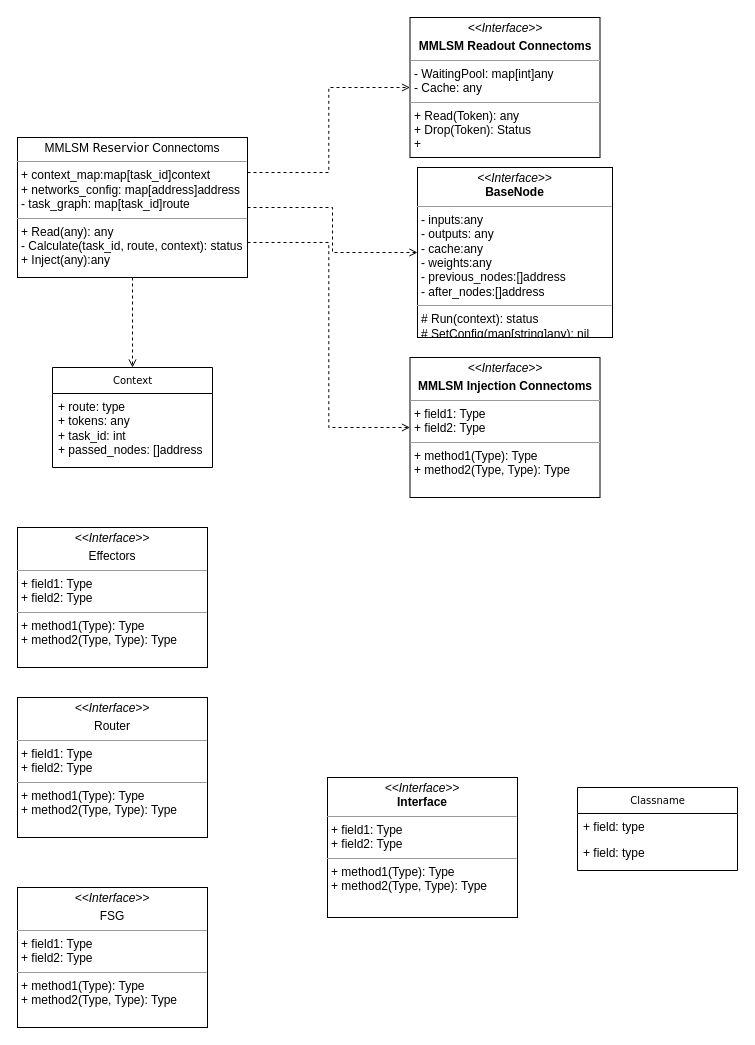
This is node_class.drawio from xiechuxi/Memorophila_computing, a draw.io file, before an edit. Source tidied: cells renumbered, new cells numbered last; positions are measured from the earlier drawing's top-left corner, leaving out a move shared by most shapes. Both pictures are drawn from the tidied source at 100%, with x=0, y=0 at pixel (17, 17).
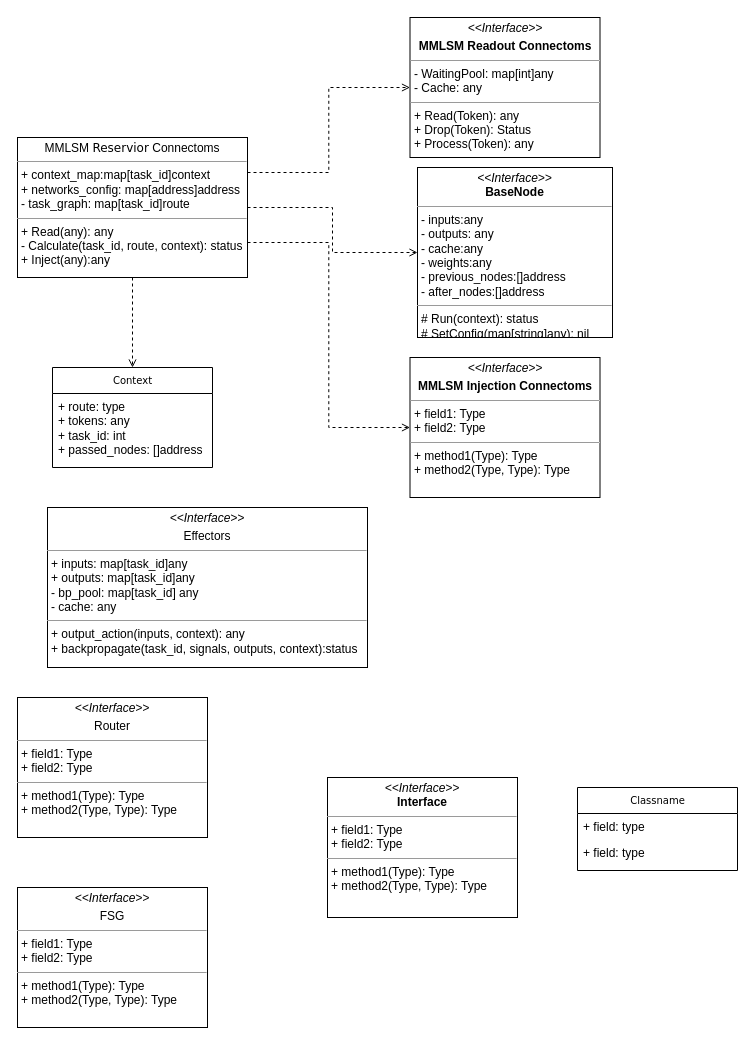
Above is the later version.

Change to the diagram source:
```diff
@@
 <mxGraphModel>
   <root>
     <mxCell id="0" />
     <mxCell id="1" parent="0" />
     <mxCell id="2" value="Classname" style="swimlane;html=1;fontStyle=0;horizontal=1;startSize=26;fillColor=none;swimlaneFillColor=#ffffff;rounded=0;shadow=0;comic=0;labelBackgroundColor=none;strokeWidth=1;fontFamily=Verdana;fontSize=10;align=center;" parent="1" vertex="1">
       <mxGeometry x="560" y="770" width="160" height="83" as="geometry" />
     </mxCell>
     <mxCell id="3" value="+ field: type" style="text;html=1;strokeColor=none;fillColor=none;align=left;verticalAlign=top;spacingLeft=4;spacingRight=4;whiteSpace=wrap;overflow=hidden;" parent="2" vertex="1">
       <mxGeometry y="26" width="160" height="26" as="geometry" />
     </mxCell>
     <mxCell id="4" value="+ field: type" style="text;html=1;strokeColor=none;fillColor=none;align=left;verticalAlign=top;spacingLeft=4;spacingRight=4;whiteSpace=wrap;overflow=hidden;" parent="2" vertex="1">
       <mxGeometry y="52" width="160" height="26" as="geometry" />
     </mxCell>
     <mxCell id="5" value="&lt;p style=&quot;margin:0px;margin-top:4px;text-align:center;&quot;&gt;&lt;i&gt;&amp;lt;&amp;lt;Interface&amp;gt;&amp;gt;&lt;/i&gt;&lt;br/&gt;&lt;b&gt;Interface&lt;/b&gt;&lt;/p&gt;&lt;hr size=&quot;1&quot;/&gt;&lt;p style=&quot;margin:0px;margin-left:4px;&quot;&gt;+ field1: Type&lt;br/&gt;+ field2: Type&lt;/p&gt;&lt;hr size=&quot;1&quot;/&gt;&lt;p style=&quot;margin:0px;margin-left:4px;&quot;&gt;+ method1(Type): Type&lt;br/&gt;+ method2(Type, Type): Type&lt;/p&gt;" style="verticalAlign=top;align=left;overflow=fill;fontSize=12;fontFamily=Helvetica;html=1;rounded=0;shadow=0;comic=0;labelBackgroundColor=none;strokeWidth=1;" parent="1" vertex="1">
       <mxGeometry x="310" y="760" width="190" height="140" as="geometry" />
     </mxCell>
     <mxCell id="6" value="&lt;p style=&quot;margin:0px;margin-top:4px;text-align:center;&quot;&gt;&lt;i&gt;&amp;lt;&amp;lt;Interface&amp;gt;&amp;gt;&lt;/i&gt;&lt;br&gt;&lt;b&gt;BaseNode&lt;/b&gt;&lt;/p&gt;&lt;hr size=&quot;1&quot;&gt;&lt;p style=&quot;margin:0px;margin-left:4px;&quot;&gt;- inputs:any&lt;br&gt;- outputs: any&lt;/p&gt;&lt;p style=&quot;margin:0px;margin-left:4px;&quot;&gt;- cache:any&lt;/p&gt;&lt;p style=&quot;margin:0px;margin-left:4px;&quot;&gt;- weights:any&lt;/p&gt;&lt;p style=&quot;margin:0px;margin-left:4px;&quot;&gt;- previous_nodes:[]address&lt;/p&gt;&lt;p style=&quot;margin:0px;margin-left:4px;&quot;&gt;- after_nodes:[]address&lt;/p&gt;&lt;hr size=&quot;1&quot;&gt;&lt;p style=&quot;margin:0px;margin-left:4px;&quot;&gt;# Run(context): status&lt;br&gt;# SetConfig(map[string]any): nil&lt;/p&gt;&lt;p style=&quot;margin:0px;margin-left:4px;&quot;&gt;# GetNodeInx(): address&lt;/p&gt;&lt;p style=&quot;margin:0px;margin-left:4px;&quot;&gt;&lt;br&gt;&lt;/p&gt;" style="verticalAlign=top;align=left;overflow=fill;fontSize=12;fontFamily=Helvetica;html=1;rounded=0;shadow=0;comic=0;labelBackgroundColor=none;strokeWidth=1;" parent="1" vertex="1">
       <mxGeometry x="400" y="150" width="195" height="170" as="geometry" />
     </mxCell>
-    <mxCell id="7" value="&lt;p style=&quot;margin:0px;margin-top:4px;text-align:center;&quot;&gt;&lt;i&gt;&amp;lt;&amp;lt;Interface&amp;gt;&amp;gt;&lt;/i&gt;&lt;br&gt;&lt;/p&gt;&lt;p style=&quot;margin:0px;margin-top:4px;text-align:center;&quot;&gt;&lt;b&gt;MMLSM Readout Connectoms&lt;/b&gt;&lt;/p&gt;&lt;hr size=&quot;1&quot;&gt;&lt;p style=&quot;margin:0px;margin-left:4px;&quot;&gt;- WaitingPool: map[int]any&lt;br&gt;- Cache: any&lt;/p&gt;&lt;hr size=&quot;1&quot;&gt;&lt;p style=&quot;margin:0px;margin-left:4px;&quot;&gt;+ Read(Token): any&lt;br&gt;+ Drop(Token): Status&lt;/p&gt;&lt;p style=&quot;margin:0px;margin-left:4px;&quot;&gt;+&amp;nbsp;&lt;/p&gt;" style="verticalAlign=top;align=left;overflow=fill;fontSize=12;fontFamily=Helvetica;html=1;rounded=0;shadow=0;comic=0;labelBackgroundColor=none;strokeWidth=1;" parent="1" vertex="1">
+    <mxCell id="7" value="&lt;p style=&quot;margin:0px;margin-top:4px;text-align:center;&quot;&gt;&lt;i&gt;&amp;lt;&amp;lt;Interface&amp;gt;&amp;gt;&lt;/i&gt;&lt;br&gt;&lt;/p&gt;&lt;p style=&quot;margin:0px;margin-top:4px;text-align:center;&quot;&gt;&lt;b&gt;MMLSM Readout Connectoms&lt;/b&gt;&lt;/p&gt;&lt;hr size=&quot;1&quot;&gt;&lt;p style=&quot;margin:0px;margin-left:4px;&quot;&gt;- WaitingPool: map[int]any&lt;br&gt;- Cache: any&lt;/p&gt;&lt;hr size=&quot;1&quot;&gt;&lt;p style=&quot;margin:0px;margin-left:4px;&quot;&gt;+ Read(Token): any&lt;br&gt;+ Drop(Token): Status&lt;/p&gt;&lt;p style=&quot;margin:0px;margin-left:4px;&quot;&gt;+ Process(Token): any&lt;/p&gt;" style="verticalAlign=top;align=left;overflow=fill;fontSize=12;fontFamily=Helvetica;html=1;rounded=0;shadow=0;comic=0;labelBackgroundColor=none;strokeWidth=1;" parent="1" vertex="1">
       <mxGeometry x="392.5" width="190" height="140" as="geometry" />
     </mxCell>
-    <mxCell id="8" value="&lt;p style=&quot;margin: 4px 0px 0px; text-align: center;&quot;&gt;&lt;i&gt;&amp;lt;&amp;lt;Interface&amp;gt;&amp;gt;&lt;/i&gt;&lt;br&gt;&lt;/p&gt;&lt;p style=&quot;margin: 4px 0px 0px; text-align: center;&quot;&gt;Effectors&lt;/p&gt;&lt;hr size=&quot;1&quot;&gt;&lt;p style=&quot;margin:0px;margin-left:4px;&quot;&gt;+ field1: Type&lt;br&gt;+ field2: Type&lt;/p&gt;&lt;hr size=&quot;1&quot;&gt;&lt;p style=&quot;margin:0px;margin-left:4px;&quot;&gt;+ method1(Type): Type&lt;br&gt;+ method2(Type, Type): Type&lt;/p&gt;" style="verticalAlign=top;align=left;overflow=fill;fontSize=12;fontFamily=Helvetica;html=1;rounded=0;shadow=0;comic=0;labelBackgroundColor=none;strokeWidth=1;" parent="1" vertex="1">
-      <mxGeometry y="510" width="190" height="140" as="geometry" />
+    <mxCell id="8" value="&lt;p style=&quot;margin: 4px 0px 0px; text-align: center;&quot;&gt;&lt;i&gt;&amp;lt;&amp;lt;Interface&amp;gt;&amp;gt;&lt;/i&gt;&lt;br&gt;&lt;/p&gt;&lt;p style=&quot;margin: 4px 0px 0px; text-align: center;&quot;&gt;Effectors&lt;/p&gt;&lt;hr size=&quot;1&quot;&gt;&lt;p style=&quot;margin:0px;margin-left:4px;&quot;&gt;+ inputs: map[task_id]any&lt;br&gt;&lt;/p&gt;&lt;p style=&quot;margin:0px;margin-left:4px;&quot;&gt;+ outputs: map[task_id]any&lt;/p&gt;&lt;p style=&quot;margin:0px;margin-left:4px;&quot;&gt;- bp_pool: map[task_id] any&lt;/p&gt;&lt;p style=&quot;margin:0px;margin-left:4px;&quot;&gt;- cache: any&lt;br&gt;&lt;/p&gt;&lt;hr size=&quot;1&quot;&gt;&lt;p style=&quot;margin:0px;margin-left:4px;&quot;&gt;+ output_action(inputs, context): any&lt;br&gt;+ backpropagate(task_id, signals, outputs, context):status&lt;/p&gt;" style="verticalAlign=top;align=left;overflow=fill;fontSize=12;fontFamily=Helvetica;html=1;rounded=0;shadow=0;comic=0;labelBackgroundColor=none;strokeWidth=1;" parent="1" vertex="1">
+      <mxGeometry x="30" y="490" width="320" height="160" as="geometry" />
     </mxCell>
     <mxCell id="9" value="&lt;p style=&quot;margin: 4px 0px 0px; text-align: center;&quot;&gt;&lt;i&gt;&amp;lt;&amp;lt;Interface&amp;gt;&amp;gt;&lt;/i&gt;&lt;br&gt;&lt;/p&gt;&lt;p style=&quot;margin: 4px 0px 0px; text-align: center;&quot;&gt;Router&lt;/p&gt;&lt;hr size=&quot;1&quot;&gt;&lt;p style=&quot;margin:0px;margin-left:4px;&quot;&gt;+ field1: Type&lt;br&gt;+ field2: Type&lt;/p&gt;&lt;hr size=&quot;1&quot;&gt;&lt;p style=&quot;margin:0px;margin-left:4px;&quot;&gt;+ method1(Type): Type&lt;br&gt;+ method2(Type, Type): Type&lt;/p&gt;" style="verticalAlign=top;align=left;overflow=fill;fontSize=12;fontFamily=Helvetica;html=1;rounded=0;shadow=0;comic=0;labelBackgroundColor=none;strokeWidth=1;" parent="1" vertex="1">
       <mxGeometry y="680" width="190" height="140" as="geometry" />
     </mxCell>
     <mxCell id="10" value="&lt;p style=&quot;margin: 4px 0px 0px; text-align: center;&quot;&gt;&lt;i&gt;&amp;lt;&amp;lt;Interface&amp;gt;&amp;gt;&lt;/i&gt;&lt;br&gt;&lt;/p&gt;&lt;p style=&quot;margin: 4px 0px 0px; text-align: center;&quot;&gt;FSG&lt;/p&gt;&lt;hr size=&quot;1&quot;&gt;&lt;p style=&quot;margin:0px;margin-left:4px;&quot;&gt;+ field1: Type&lt;br&gt;+ field2: Type&lt;/p&gt;&lt;hr size=&quot;1&quot;&gt;&lt;p style=&quot;margin:0px;margin-left:4px;&quot;&gt;+ method1(Type): Type&lt;br&gt;+ method2(Type, Type): Type&lt;/p&gt;" style="verticalAlign=top;align=left;overflow=fill;fontSize=12;fontFamily=Helvetica;html=1;rounded=0;shadow=0;comic=0;labelBackgroundColor=none;strokeWidth=1;" parent="1" vertex="1">
       <mxGeometry y="870" width="190" height="140" as="geometry" />
     </mxCell>
     <mxCell id="11" value="&lt;p style=&quot;margin:0px;margin-top:4px;text-align:center;&quot;&gt;&lt;i&gt;&amp;lt;&amp;lt;Interface&amp;gt;&amp;gt;&lt;/i&gt;&lt;br&gt;&lt;/p&gt;&lt;p style=&quot;margin:0px;margin-top:4px;text-align:center;&quot;&gt;&lt;b&gt;MMLSM Injection Connectoms&lt;/b&gt;&lt;/p&gt;&lt;hr size=&quot;1&quot;&gt;&lt;p style=&quot;margin:0px;margin-left:4px;&quot;&gt;+ field1: Type&lt;br&gt;+ field2: Type&lt;/p&gt;&lt;hr size=&quot;1&quot;&gt;&lt;p style=&quot;margin:0px;margin-left:4px;&quot;&gt;+ method1(Type): Type&lt;br&gt;+ method2(Type, Type): Type&lt;/p&gt;" style="verticalAlign=top;align=left;overflow=fill;fontSize=12;fontFamily=Helvetica;html=1;rounded=0;shadow=0;comic=0;labelBackgroundColor=none;strokeWidth=1;" parent="1" vertex="1">
       <mxGeometry x="392.5" y="340" width="190" height="140" as="geometry" />
     </mxCell>
     <mxCell id="12" style="edgeStyle=orthogonalEdgeStyle;rounded=0;jettySize=auto;html=1;dashed=1;endArrow=open;endFill=0;" parent="1" edge="1" source="16" target="6">
       <mxGeometry relative="1" as="geometry" />
     </mxCell>
     <mxCell id="13" style="edgeStyle=orthogonalEdgeStyle;rounded=0;jettySize=auto;html=1;exitX=1;exitY=0.25;exitDx=0;exitDy=0;entryX=0;entryY=0.5;entryDx=0;entryDy=0;dashed=1;endArrow=open;endFill=0;" parent="1" edge="1" source="16" target="7">
       <mxGeometry relative="1" as="geometry" />
     </mxCell>
     <mxCell id="14" style="edgeStyle=orthogonalEdgeStyle;rounded=0;jettySize=auto;html=1;exitX=1;exitY=0.75;exitDx=0;exitDy=0;entryX=0;entryY=0.5;entryDx=0;entryDy=0;dashed=1;endArrow=open;endFill=0;" parent="1" edge="1" source="16" target="11">
       <mxGeometry relative="1" as="geometry" />
     </mxCell>
     <mxCell id="15" style="edgeStyle=orthogonalEdgeStyle;rounded=0;jettySize=auto;html=1;exitX=0.5;exitY=1;exitDx=0;exitDy=0;entryX=0.5;entryY=0;entryDx=0;entryDy=0;dashed=1;endArrow=open;endFill=0;" parent="1" edge="1" source="16" target="17">
       <mxGeometry relative="1" as="geometry" />
     </mxCell>
     <mxCell id="16" value="&lt;p style=&quot;margin:0px;margin-top:4px;text-align:center;&quot;&gt;MMLSM&amp;nbsp;&lt;span style=&quot;font-family: Verdana; white-space: normal;&quot;&gt;Reservior&lt;/span&gt;&amp;nbsp;Connectoms&lt;br&gt;&lt;/p&gt;&lt;hr size=&quot;1&quot;&gt;&lt;p style=&quot;margin:0px;margin-left:4px;&quot;&gt;+ context_map:map[task_id]context&lt;br&gt;+ networks_config: map[address]address&lt;/p&gt;&lt;p style=&quot;margin:0px;margin-left:4px;&quot;&gt;- task_graph: map[task_id]route&lt;/p&gt;&lt;hr size=&quot;1&quot;&gt;&lt;p style=&quot;margin:0px;margin-left:4px;&quot;&gt;+ Read(any): any&lt;br&gt;- Calculate(task_id, route, context): status&lt;/p&gt;&lt;p style=&quot;margin:0px;margin-left:4px;&quot;&gt;+ Inject(any):any&lt;/p&gt;" style="verticalAlign=top;align=left;overflow=fill;fontSize=12;fontFamily=Helvetica;html=1;rounded=0;shadow=0;comic=0;labelBackgroundColor=none;strokeWidth=1;" parent="1" vertex="1">
       <mxGeometry y="120" width="230" height="140" as="geometry" />
     </mxCell>
     <mxCell id="17" value="Context" style="swimlane;html=1;fontStyle=0;horizontal=1;startSize=26;fillColor=none;swimlaneFillColor=#ffffff;rounded=0;shadow=0;comic=0;labelBackgroundColor=none;strokeWidth=1;fontFamily=Verdana;fontSize=10;align=center;" parent="1" vertex="1">
       <mxGeometry x="35" y="350" width="160" height="100" as="geometry" />
     </mxCell>
     <mxCell id="18" value="&lt;div&gt;+ route: type&lt;br&gt;&lt;/div&gt;+ tokens: any&lt;div&gt;+ task_id: int&lt;/div&gt;&lt;div&gt;+ passed_nodes: []address&lt;/div&gt;" style="text;html=1;strokeColor=none;fillColor=none;align=left;verticalAlign=top;spacingLeft=4;spacingRight=4;whiteSpace=wrap;overflow=hidden;" parent="17" vertex="1">
       <mxGeometry y="26" width="160" height="64" as="geometry" />
     </mxCell>
   </root>
 </mxGraphModel>
```
